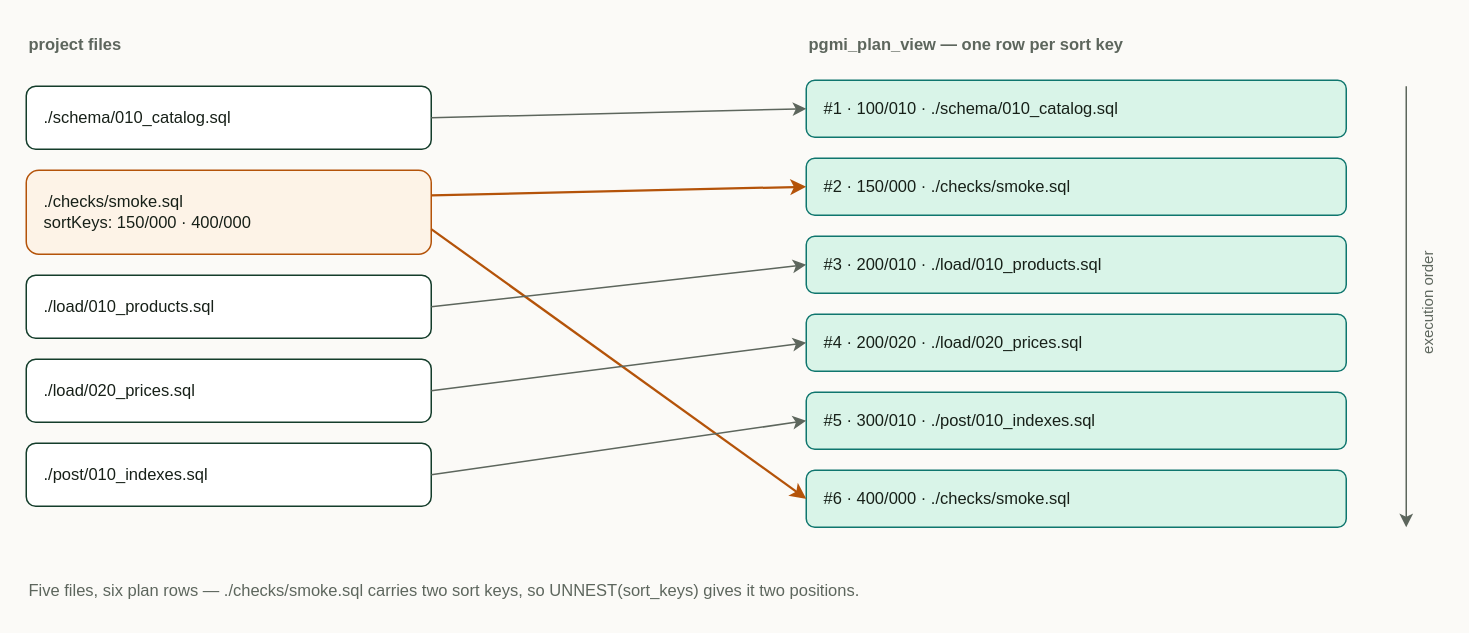
vvka-141/pgmi keeps this draw.io diagram as docs/diagrams/a03-execution-order-plan.drawio. Above is the earlier version. Source tidied: cells renumbered, new cells numbered last; positions are measured from the earlier drawing's top-left corner, leaving out a move shared by most shapes. Both pictures are drawn from the tidied source at 150%, with x=0, y=0 at pixel (26, 26).
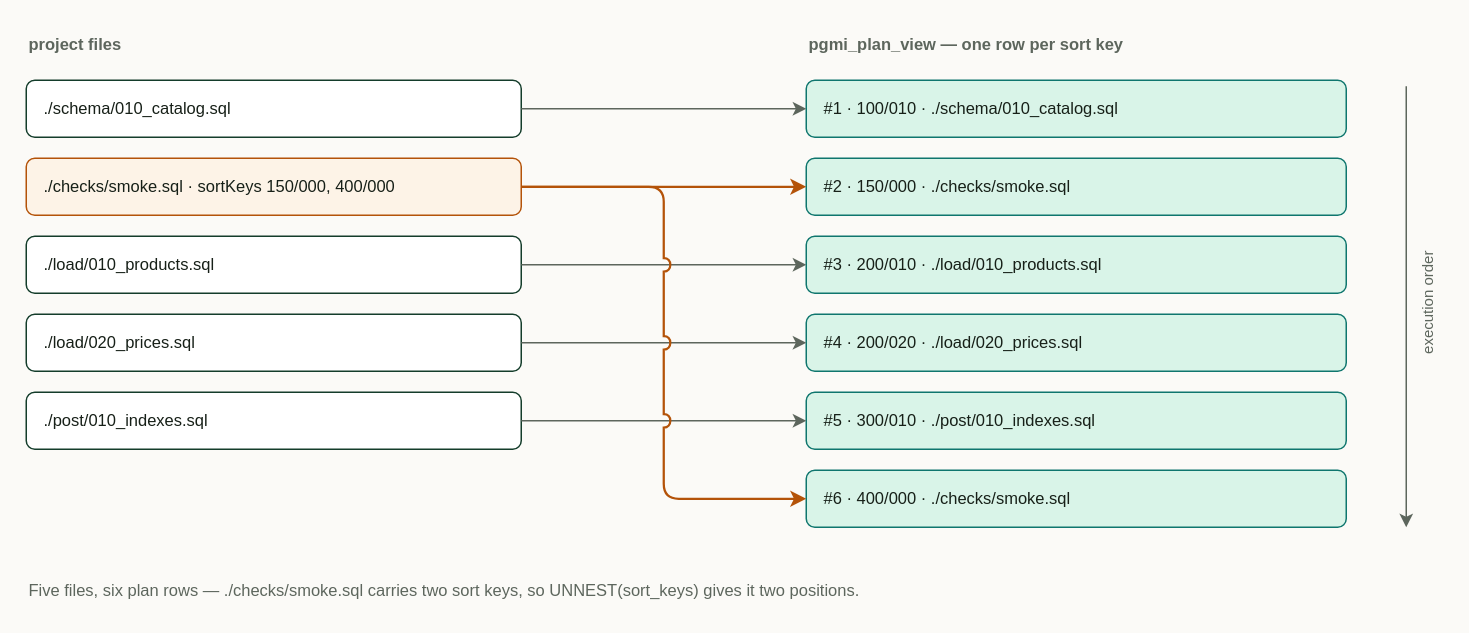
Above is the later version.

The change refers to these unchanged cells:
```xml
<mxCell id="9" value="#1 · 100/010 · ./schema/010_catalog.sql" style="rounded=1;whiteSpace=wrap;html=1;fillColor=#d9f4e8;strokeColor=#0f766e;fontColor=#172018;fontSize=11;align=left;spacingLeft=10;" parent="1" vertex="1">
  <mxGeometry x="520" y="36" width="360" height="38" as="geometry" />
</mxCell>
<mxCell id="10" value="#2 · 150/000 · ./checks/smoke.sql" style="rounded=1;whiteSpace=wrap;html=1;fillColor=#d9f4e8;strokeColor=#0f766e;fontColor=#172018;fontSize=11;align=left;spacingLeft=10;" parent="1" vertex="1">
  <mxGeometry x="520" y="88" width="360" height="38" as="geometry" />
</mxCell>
<mxCell id="11" value="#3 · 200/010 · ./load/010_products.sql" style="rounded=1;whiteSpace=wrap;html=1;fillColor=#d9f4e8;strokeColor=#0f766e;fontColor=#172018;fontSize=11;align=left;spacingLeft=10;" parent="1" vertex="1">
  <mxGeometry x="520" y="140" width="360" height="38" as="geometry" />
</mxCell>
<mxCell id="12" value="#4 · 200/020 · ./load/020_prices.sql" style="rounded=1;whiteSpace=wrap;html=1;fillColor=#d9f4e8;strokeColor=#0f766e;fontColor=#172018;fontSize=11;align=left;spacingLeft=10;" parent="1" vertex="1">
  <mxGeometry x="520" y="192" width="360" height="38" as="geometry" />
</mxCell>
<mxCell id="13" value="#5 · 300/010 · ./post/010_indexes.sql" style="rounded=1;whiteSpace=wrap;html=1;fillColor=#d9f4e8;strokeColor=#0f766e;fontColor=#172018;fontSize=11;align=left;spacingLeft=10;" parent="1" vertex="1">
  <mxGeometry x="520" y="244" width="360" height="38" as="geometry" />
</mxCell>
<mxCell id="14" value="#6 · 400/000 · ./checks/smoke.sql" style="rounded=1;whiteSpace=wrap;html=1;fillColor=#d9f4e8;strokeColor=#0f766e;fontColor=#172018;fontSize=11;align=left;spacingLeft=10;" parent="1" vertex="1">
  <mxGeometry x="520" y="296" width="360" height="38" as="geometry" />
</mxCell>
```

What changed in the source:
```diff
@@
     <mxCell id="4" value="./schema/010_catalog.sql" style="rounded=1;whiteSpace=wrap;html=1;fillColor=#ffffff;strokeColor=#143d2b;fontColor=#172018;fontSize=11;align=left;spacingLeft=10;" parent="1" vertex="1">
-      <mxGeometry y="40" width="270" height="42" as="geometry" />
+      <mxGeometry y="36" width="330" height="38" as="geometry" />
     </mxCell>
-    <mxCell id="5" value="./checks/smoke.sql&#10;sortKeys: 150/000 · 400/000" style="rounded=1;whiteSpace=wrap;html=1;fillColor=#fdf3e7;strokeColor=#b45309;fontColor=#172018;fontSize=11;align=left;spacingLeft=10;" parent="1" vertex="1">
-      <mxGeometry y="96" width="270" height="56" as="geometry" />
+    <mxCell id="5" value="./checks/smoke.sql · sortKeys 150/000, 400/000" style="rounded=1;whiteSpace=wrap;html=1;fillColor=#fdf3e7;strokeColor=#b45309;fontColor=#172018;fontSize=11;align=left;spacingLeft=10;" parent="1" vertex="1">
+      <mxGeometry y="88" width="330" height="38" as="geometry" />
     </mxCell>
     <mxCell id="6" value="./load/010_products.sql" style="rounded=1;whiteSpace=wrap;html=1;fillColor=#ffffff;strokeColor=#143d2b;fontColor=#172018;fontSize=11;align=left;spacingLeft=10;" parent="1" vertex="1">
-      <mxGeometry y="166" width="270" height="42" as="geometry" />
+      <mxGeometry y="140" width="330" height="38" as="geometry" />
     </mxCell>
     <mxCell id="7" value="./load/020_prices.sql" style="rounded=1;whiteSpace=wrap;html=1;fillColor=#ffffff;strokeColor=#143d2b;fontColor=#172018;fontSize=11;align=left;spacingLeft=10;" parent="1" vertex="1">
-      <mxGeometry y="222" width="270" height="42" as="geometry" />
+      <mxGeometry y="192" width="330" height="38" as="geometry" />
     </mxCell>
     <mxCell id="8" value="./post/010_indexes.sql" style="rounded=1;whiteSpace=wrap;html=1;fillColor=#ffffff;strokeColor=#143d2b;fontColor=#172018;fontSize=11;align=left;spacingLeft=10;" parent="1" vertex="1">
-      <mxGeometry y="278" width="270" height="42" as="geometry" />
+      <mxGeometry y="244" width="330" height="38" as="geometry" />
     </mxCell>
@@
-    <mxCell id="15" style="edgeStyle=none;html=1;strokeColor=#5d665d;exitX=1;exitY=0.5;entryX=0;entryY=0.5;" parent="1" edge="1" source="4" target="9">
+    <mxCell id="15" style="edgeStyle=orthogonalEdgeStyle;rounded=1;html=1;strokeColor=#5d665d;exitX=1;exitY=0.5;entryX=0;entryY=0.5;" parent="1" edge="1" source="4" target="9">
       <mxGeometry relative="1" as="geometry" />
     </mxCell>
-    <mxCell id="16" style="edgeStyle=none;html=1;strokeColor=#b45309;strokeWidth=1.5;exitX=1;exitY=0.3;entryX=0;entryY=0.5;" parent="1" edge="1" source="5" target="10">
+    <mxCell id="16" style="edgeStyle=orthogonalEdgeStyle;rounded=1;html=1;strokeColor=#b45309;strokeWidth=1.5;exitX=1;exitY=0.5;entryX=0;entryY=0.5;" parent="1" edge="1" source="5" target="10">
       <mxGeometry relative="1" as="geometry" />
     </mxCell>
-    <mxCell id="17" style="edgeStyle=none;html=1;strokeColor=#b45309;strokeWidth=1.5;exitX=1;exitY=0.7;entryX=0;entryY=0.5;" parent="1" edge="1" source="5" target="14">
-      <mxGeometry relative="1" as="geometry" />
-    </mxCell>
-    <mxCell id="18" style="edgeStyle=none;html=1;strokeColor=#5d665d;exitX=1;exitY=0.5;entryX=0;entryY=0.5;" parent="1" edge="1" source="6" target="11">
+    <mxCell id="18" style="edgeStyle=orthogonalEdgeStyle;rounded=1;html=1;strokeColor=#5d665d;exitX=1;exitY=0.5;entryX=0;entryY=0.5;" parent="1" edge="1" source="6" target="11">
       <mxGeometry relative="1" as="geometry" />
     </mxCell>
-    <mxCell id="19" style="edgeStyle=none;html=1;strokeColor=#5d665d;exitX=1;exitY=0.5;entryX=0;entryY=0.5;" parent="1" edge="1" source="7" target="12">
+    <mxCell id="19" style="edgeStyle=orthogonalEdgeStyle;rounded=1;html=1;strokeColor=#5d665d;exitX=1;exitY=0.5;entryX=0;entryY=0.5;" parent="1" edge="1" source="7" target="12">
       <mxGeometry relative="1" as="geometry" />
     </mxCell>
-    <mxCell id="20" style="edgeStyle=none;html=1;strokeColor=#5d665d;exitX=1;exitY=0.5;entryX=0;entryY=0.5;" parent="1" edge="1" source="8" target="13">
+    <mxCell id="20" style="edgeStyle=orthogonalEdgeStyle;rounded=1;html=1;strokeColor=#5d665d;exitX=1;exitY=0.5;entryX=0;entryY=0.5;" parent="1" edge="1" source="8" target="13">
       <mxGeometry relative="1" as="geometry" />
     </mxCell>
+    <mxCell id="17" style="edgeStyle=orthogonalEdgeStyle;rounded=1;html=1;strokeColor=#b45309;strokeWidth=1.5;exitX=1;exitY=0.5;entryX=0;entryY=0.5;jumpStyle=arc;jumpSize=8;" parent="1" edge="1" source="5" target="14">
+      <mxGeometry relative="1" as="geometry" />
+    </mxCell>
-    <mxCell id="21" style="edgeStyle=none;html=1;strokeColor=#5d665d;endArrow=classic;" parent="1" edge="1">
+    <mxCell id="21" style="edgeStyle=orthogonalEdgeStyle;rounded=1;html=1;strokeColor=#5d665d;endArrow=classic;" parent="1" edge="1">
       <mxGeometry relative="1" as="geometry">
         <mxPoint x="920" y="40" as="sourcePoint" />
         <mxPoint x="920" y="334" as="targetPoint" />
       </mxGeometry>
     </mxCell>
```
